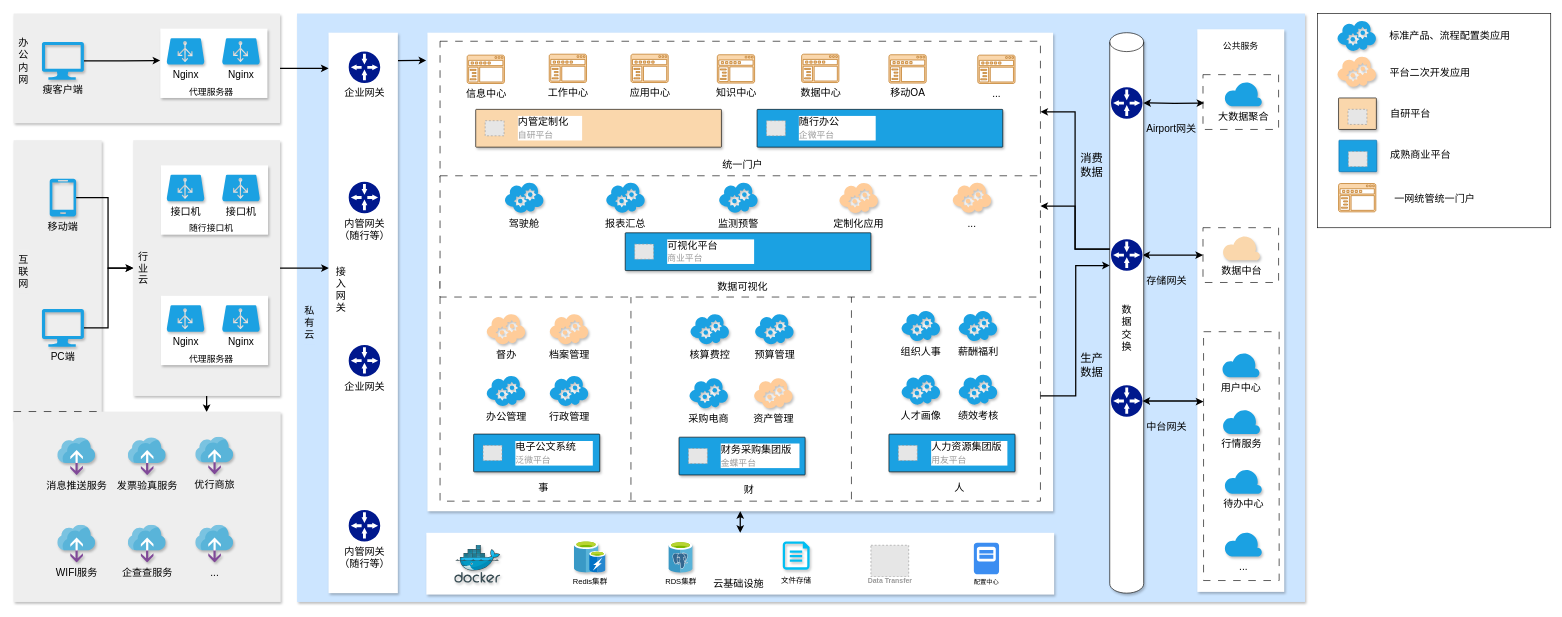
The draw.io diagram page "一网统管架构图New" (10 of 19) of Untitled Diagram.drawio in shiki-mqp/PrivatePods, before the edit. Source tidied: cells renumbered, new cells numbered last; positions are measured from the earlier drawing's top-left corner, leaving out a move shared by most shapes. Both pictures are drawn from the tidied source at 63%, with x=0, y=0 at pixel (13, 13). Pictures stored in the file or linked from it are replaced by grey dashed boxes.
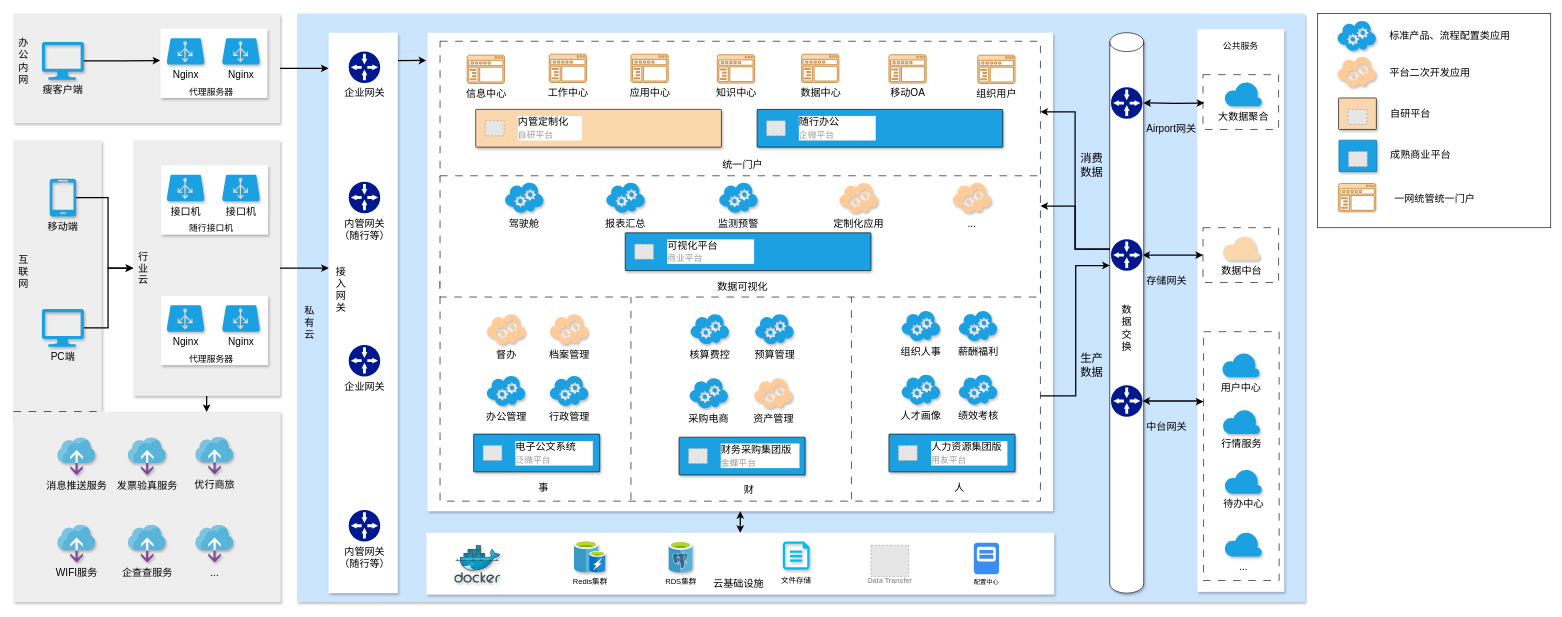
After the change.

The edit, as a diff of the source:
```diff
@@
-    <mxCell id="139" value="..." style="sketch=0;shadow=0;dashed=0;html=1;strokeColor=#b46504;labelPosition=center;verticalLabelPosition=bottom;verticalAlign=top;align=center;fillColor=#fad7ac;shape=mxgraph.mscae.intune.company_portal;labelBackgroundColor=none;strokeWidth=1;fontFamily=Helvetica;fontSize=16;" parent="1" vertex="1">
+    <mxCell id="139" value="组织用户" style="sketch=0;shadow=0;dashed=0;html=1;strokeColor=#b46504;labelPosition=center;verticalLabelPosition=bottom;verticalAlign=top;align=center;fillColor=#fad7ac;shape=mxgraph.mscae.intune.company_portal;labelBackgroundColor=none;strokeWidth=1;fontFamily=Helvetica;fontSize=16;" parent="1" vertex="1">
       <mxGeometry x="1530.5" y="66" width="59.2" height="45" as="geometry" />
     </mxCell>
```
